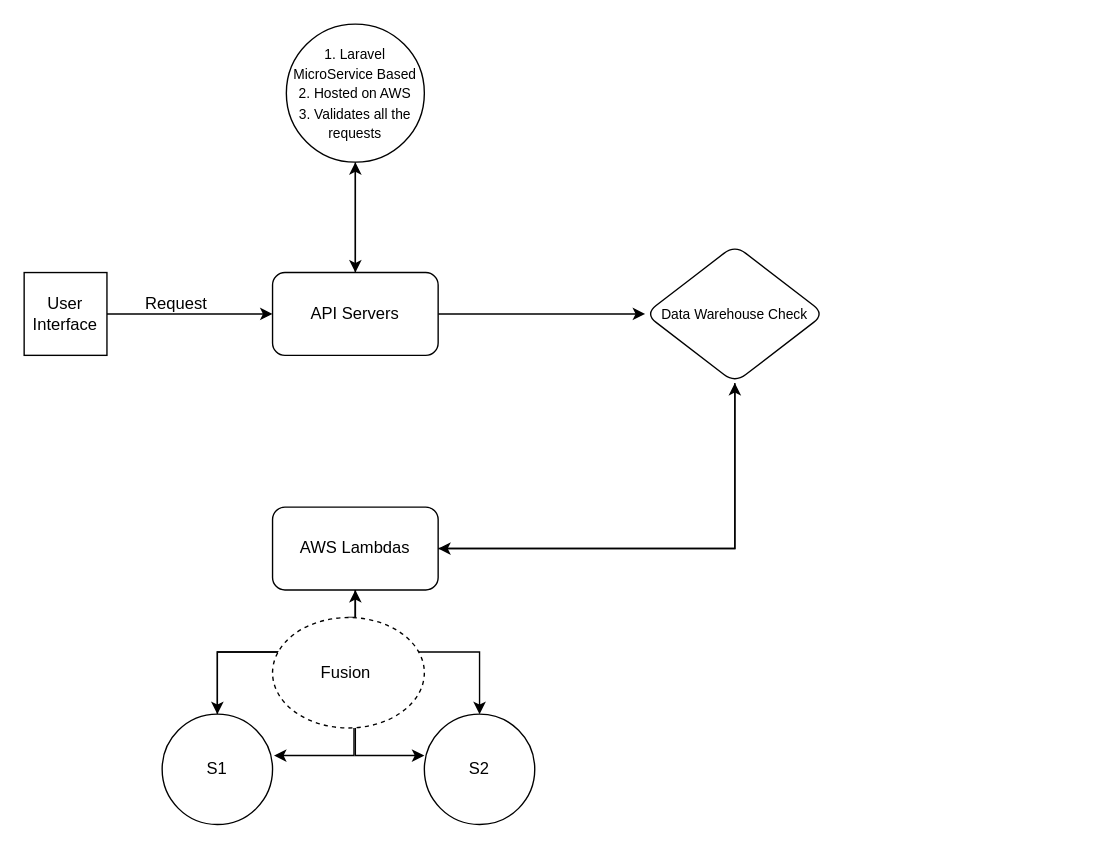
Before: SpaceNus-BackEnd_API_Services.drawio in AsifKibria/SpaceNus-API-Diagram, a draw.io diagram. Source tidied: cells renumbered, new cells numbered last; positions are measured from the earlier drawing's top-left corner, leaving out a move shared by most shapes. Both pictures are drawn from the tidied source at 138%, with x=0, y=0 at pixel (23, 23).
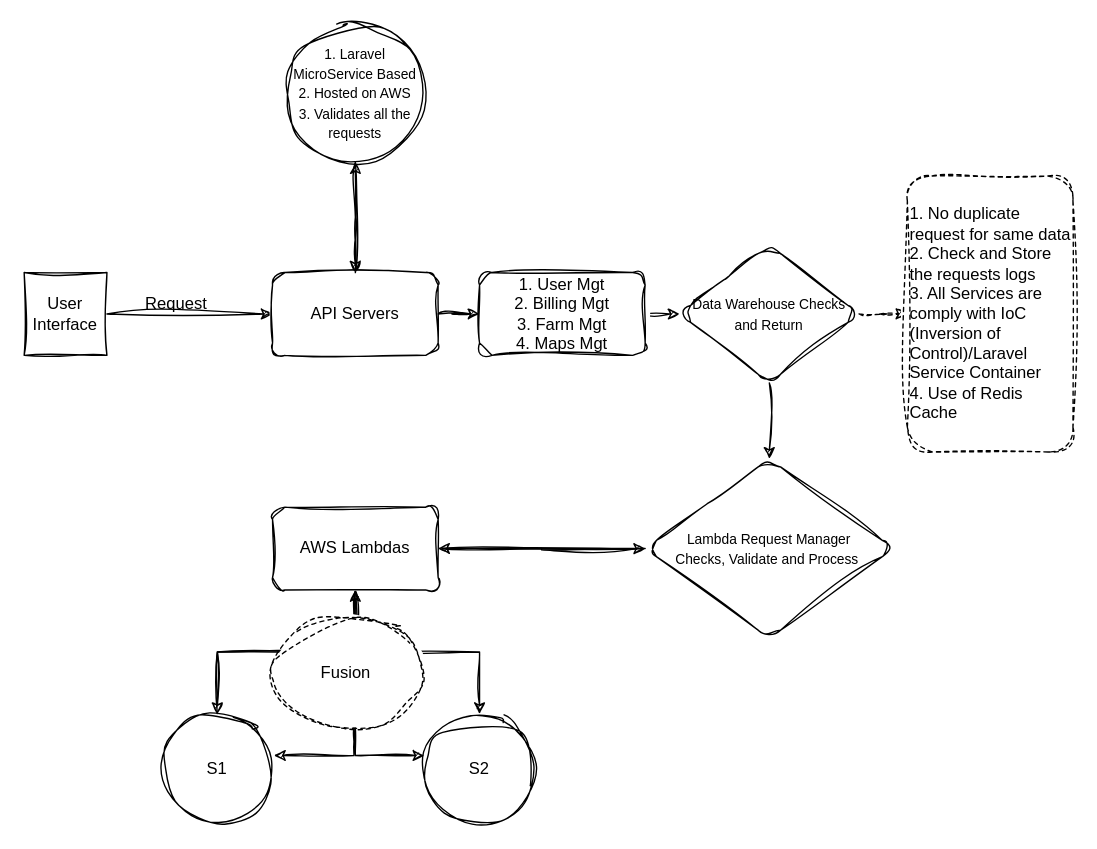
After the change.

Diff of the diagram source:
```diff
@@
-    <mxCell id="2" style="edgeStyle=orthogonalEdgeStyle;rounded=0;jettySize=auto;html=1;" parent="1" edge="1" source="3" target="7">
+    <mxCell id="2" style="edgeStyle=orthogonalEdgeStyle;rounded=0;jettySize=auto;html=1;sketch=1;curveFitting=1;jiggle=2;labelBackgroundColor=none;fontColor=default;" parent="1" edge="1" source="3" target="7">
       <mxGeometry relative="1" as="geometry" />
     </mxCell>
-    <mxCell id="3" value="User Interface" style="whiteSpace=wrap;html=1;" parent="1" vertex="1">
+    <mxCell id="3" value="User Interface" style="whiteSpace=wrap;html=1;sketch=1;curveFitting=1;jiggle=2;labelBackgroundColor=none;" parent="1" vertex="1">
       <mxGeometry y="180" width="60" height="60" as="geometry" />
     </mxCell>
-    <mxCell id="4" style="edgeStyle=orthogonalEdgeStyle;rounded=0;jettySize=auto;html=1;exitX=0.5;exitY=1;exitDx=0;exitDy=0;" parent="1" edge="1" source="15" target="11">
-      <mxGeometry relative="1" as="geometry">
-        <Array as="points">
-          <mxPoint x="515" y="380" />
-        </Array>
-      </mxGeometry>
-    </mxCell>
-    <mxCell id="5" style="edgeStyle=orthogonalEdgeStyle;rounded=0;jettySize=auto;html=1;" parent="1" edge="1" source="7" target="15">
-      <mxGeometry relative="1" as="geometry">
-        <Array as="points">
-          <mxPoint x="380" y="210" />
-          <mxPoint x="380" y="210" />
-        </Array>
-      </mxGeometry>
-    </mxCell>
-    <mxCell id="6" style="edgeStyle=orthogonalEdgeStyle;rounded=0;jettySize=auto;html=1;" parent="1" edge="1" source="7" target="17">
+    <mxCell id="6" style="edgeStyle=orthogonalEdgeStyle;rounded=0;jettySize=auto;html=1;sketch=1;curveFitting=1;jiggle=2;labelBackgroundColor=none;fontColor=default;" parent="1" edge="1" source="7" target="17">
       <mxGeometry relative="1" as="geometry" />
     </mxCell>
+    <mxCell id="23" style="edgeStyle=orthogonalEdgeStyle;rounded=0;jettySize=auto;html=1;sketch=1;curveFitting=1;jiggle=2;labelBackgroundColor=none;fontColor=default;" parent="1" edge="1" source="7" target="30">
+      <mxGeometry relative="1" as="geometry" />
+    </mxCell>
-    <mxCell id="7" value="API Servers&lt;br&gt;" style="rounded=1;whiteSpace=wrap;html=1;" parent="1" vertex="1">
+    <mxCell id="7" value="API Servers&lt;br&gt;" style="rounded=1;whiteSpace=wrap;html=1;sketch=1;curveFitting=1;jiggle=2;labelBackgroundColor=none;" parent="1" vertex="1">
       <mxGeometry x="180" y="180" width="120" height="60" as="geometry" />
     </mxCell>
-    <mxCell id="8" style="edgeStyle=orthogonalEdgeStyle;rounded=0;jettySize=auto;html=1;" parent="1" edge="1" source="11" target="22">
+    <mxCell id="8" style="edgeStyle=orthogonalEdgeStyle;rounded=0;jettySize=auto;html=1;sketch=1;curveFitting=1;jiggle=2;labelBackgroundColor=none;fontColor=default;" parent="1" edge="1" source="11" target="22">
       <mxGeometry relative="1" as="geometry" />
     </mxCell>
-    <mxCell id="9" style="edgeStyle=orthogonalEdgeStyle;rounded=0;jettySize=auto;html=1;" parent="1" edge="1" source="11" target="13">
+    <mxCell id="9" style="edgeStyle=orthogonalEdgeStyle;rounded=0;jettySize=auto;html=1;sketch=1;curveFitting=1;jiggle=2;labelBackgroundColor=none;fontColor=default;" parent="1" edge="1" source="11" target="13">
       <mxGeometry relative="1" as="geometry" />
     </mxCell>
-    <mxCell id="10" style="edgeStyle=orthogonalEdgeStyle;rounded=0;jettySize=auto;html=1;entryX=0.5;entryY=1;entryDx=0;entryDy=0;" parent="1" edge="1" source="11" target="15">
-      <mxGeometry relative="1" as="geometry" />
+    <mxCell id="10" style="edgeStyle=orthogonalEdgeStyle;rounded=0;jettySize=auto;html=1;sketch=1;curveFitting=1;jiggle=2;labelBackgroundColor=none;fontColor=default;" parent="1" edge="1" source="11">
+      <mxGeometry relative="1" as="geometry">
+        <mxPoint x="450" y="380" as="targetPoint" />
+        <Array as="points">
+          <mxPoint x="375" y="380" />
+          <mxPoint x="375" y="381" />
+        </Array>
+      </mxGeometry>
     </mxCell>
-    <mxCell id="11" value="AWS Lambdas" style="rounded=1;whiteSpace=wrap;html=1;" parent="1" vertex="1">
+    <mxCell id="11" value="AWS Lambdas" style="rounded=1;whiteSpace=wrap;html=1;sketch=1;curveFitting=1;jiggle=2;labelBackgroundColor=none;" parent="1" vertex="1">
       <mxGeometry x="180" y="350" width="120" height="60" as="geometry" />
     </mxCell>
-    <mxCell id="12" style="edgeStyle=orthogonalEdgeStyle;rounded=0;jettySize=auto;html=1;entryX=0.5;entryY=1;entryDx=0;entryDy=0;" parent="1" edge="1" source="22" target="11">
+    <mxCell id="12" style="edgeStyle=orthogonalEdgeStyle;rounded=0;jettySize=auto;html=1;entryX=0.5;entryY=1;entryDx=0;entryDy=0;sketch=1;curveFitting=1;jiggle=2;labelBackgroundColor=none;fontColor=default;" parent="1" edge="1" source="22" target="11">
       <mxGeometry relative="1" as="geometry" />
     </mxCell>
-    <mxCell id="13" value="S2" style="ellipse;whiteSpace=wrap;html=1;rounded=1;" parent="1" vertex="1">
+    <mxCell id="13" value="S2" style="ellipse;whiteSpace=wrap;html=1;rounded=1;sketch=1;curveFitting=1;jiggle=2;labelBackgroundColor=none;" parent="1" vertex="1">
       <mxGeometry x="290" y="500" width="80" height="80" as="geometry" />
     </mxCell>
-    <mxCell id="14" value="Request" style="text;html=1;align=center;verticalAlign=middle;strokeColor=none;fillColor=none;" parent="1" vertex="1">
+    <mxCell id="14" value="Request" style="text;html=1;align=center;verticalAlign=middle;strokeColor=none;fillColor=none;sketch=1;curveFitting=1;jiggle=2;labelBackgroundColor=none;" parent="1" vertex="1">
       <mxGeometry x="75" y="188" width="70" height="30" as="geometry" />
     </mxCell>
+    <mxCell id="24" style="edgeStyle=orthogonalEdgeStyle;rounded=0;jettySize=auto;html=1;sketch=1;curveFitting=1;jiggle=2;labelBackgroundColor=none;fontColor=default;" parent="1" edge="1" source="15" target="27">
+      <mxGeometry relative="1" as="geometry" />
+    </mxCell>
+    <mxCell id="25" style="edgeStyle=orthogonalEdgeStyle;rounded=0;jettySize=auto;html=1;dashed=1;sketch=1;curveFitting=1;jiggle=2;labelBackgroundColor=none;fontColor=default;" parent="1" edge="1" source="15" target="28">
+      <mxGeometry relative="1" as="geometry" />
+    </mxCell>
-    <mxCell id="15" value="&lt;font style=&quot;font-size: 10px;&quot;&gt;Data Warehouse Check&lt;/font&gt;" style="rhombus;whiteSpace=wrap;html=1;rounded=1;" parent="1" vertex="1">
-      <mxGeometry x="450" y="160" width="130" height="100" as="geometry" />
+    <mxCell id="15" value="&lt;font style=&quot;font-size: 10px;&quot;&gt;Data Warehouse Checks and Return&lt;/font&gt;" style="rhombus;whiteSpace=wrap;html=1;rounded=1;sketch=1;curveFitting=1;jiggle=2;labelBackgroundColor=none;" parent="1" vertex="1">
+      <mxGeometry x="475" y="160" width="130" height="100" as="geometry" />
     </mxCell>
-    <mxCell id="16" style="edgeStyle=orthogonalEdgeStyle;rounded=0;jettySize=auto;html=1;" parent="1" edge="1" source="17">
+    <mxCell id="16" style="edgeStyle=orthogonalEdgeStyle;rounded=0;jettySize=auto;html=1;sketch=1;curveFitting=1;jiggle=2;labelBackgroundColor=none;fontColor=default;" parent="1" edge="1" source="17">
       <mxGeometry relative="1" as="geometry">
         <mxPoint x="240" y="180" as="targetPoint" />
       </mxGeometry>
     </mxCell>
-    <mxCell id="17" value="&lt;font style=&quot;font-size: 10px;&quot;&gt;1. Laravel MicroService Based&lt;br&gt;2. Hosted on AWS&lt;br&gt;3. Validates all the requests&lt;br&gt;&lt;/font&gt;" style="ellipse;whiteSpace=wrap;html=1;rounded=1;" parent="1" vertex="1">
+    <mxCell id="17" value="&lt;font style=&quot;font-size: 10px;&quot;&gt;1. Laravel MicroService Based&lt;br&gt;2. Hosted on AWS&lt;br&gt;3. Validates all the requests&lt;br&gt;&lt;/font&gt;" style="ellipse;whiteSpace=wrap;html=1;rounded=1;sketch=1;curveFitting=1;jiggle=2;labelBackgroundColor=none;" parent="1" vertex="1">
       <mxGeometry x="190" width="100" height="100" as="geometry" />
     </mxCell>
-    <mxCell id="18" style="edgeStyle=orthogonalEdgeStyle;rounded=0;jettySize=auto;html=1;" parent="1" edge="1" source="20">
+    <mxCell id="18" style="edgeStyle=orthogonalEdgeStyle;rounded=0;jettySize=auto;html=1;sketch=1;curveFitting=1;jiggle=2;labelBackgroundColor=none;fontColor=default;" parent="1" edge="1" source="20">
       <mxGeometry relative="1" as="geometry">
         <mxPoint x="290" y="530" as="targetPoint" />
         <Array as="points">
           <mxPoint x="240" y="530" />
         </Array>
       </mxGeometry>
     </mxCell>
-    <mxCell id="19" style="edgeStyle=orthogonalEdgeStyle;rounded=0;jettySize=auto;html=1;exitX=0.5;exitY=0;exitDx=0;exitDy=0;" parent="1" edge="1" source="20">
+    <mxCell id="19" style="edgeStyle=orthogonalEdgeStyle;rounded=0;jettySize=auto;html=1;exitX=0.5;exitY=0;exitDx=0;exitDy=0;sketch=1;curveFitting=1;jiggle=2;labelBackgroundColor=none;fontColor=default;" parent="1" edge="1" source="20">
       <mxGeometry relative="1" as="geometry">
         <mxPoint x="240" y="450" as="targetPoint" />
       </mxGeometry>
     </mxCell>
-    <mxCell id="20" value="Fusion&amp;nbsp;" style="ellipse;whiteSpace=wrap;html=1;align=center;dashed=1;" parent="1" vertex="1">
+    <mxCell id="20" value="Fusion&amp;nbsp;" style="ellipse;whiteSpace=wrap;html=1;align=center;dashed=1;sketch=1;curveFitting=1;jiggle=2;labelBackgroundColor=none;" parent="1" vertex="1">
       <mxGeometry x="180" y="430" width="110" height="80" as="geometry" />
     </mxCell>
-    <mxCell id="21" style="edgeStyle=orthogonalEdgeStyle;rounded=0;jettySize=auto;html=1;entryX=1.013;entryY=0.375;entryDx=0;entryDy=0;entryPerimeter=0;" parent="1" edge="1" target="22">
+    <mxCell id="21" style="edgeStyle=orthogonalEdgeStyle;rounded=0;jettySize=auto;html=1;entryX=1.013;entryY=0.375;entryDx=0;entryDy=0;entryPerimeter=0;sketch=1;curveFitting=1;jiggle=2;labelBackgroundColor=none;fontColor=default;" parent="1" edge="1" target="22">
       <mxGeometry relative="1" as="geometry">
         <mxPoint x="239" y="510" as="sourcePoint" />
         <Array as="points">
           <mxPoint x="239" y="530.4" />
         </Array>
       </mxGeometry>
     </mxCell>
-    <mxCell id="22" value="S1" style="ellipse;whiteSpace=wrap;html=1;rounded=1;" parent="1" vertex="1">
+    <mxCell id="22" value="S1" style="ellipse;whiteSpace=wrap;html=1;rounded=1;sketch=1;curveFitting=1;jiggle=2;labelBackgroundColor=none;" parent="1" vertex="1">
       <mxGeometry x="100" y="500" width="80" height="80" as="geometry" />
     </mxCell>
+    <mxCell id="26" style="edgeStyle=orthogonalEdgeStyle;rounded=0;jettySize=auto;html=1;entryX=1;entryY=0.5;entryDx=0;entryDy=0;sketch=1;curveFitting=1;jiggle=2;labelBackgroundColor=none;fontColor=default;" parent="1" edge="1" source="27" target="11">
+      <mxGeometry relative="1" as="geometry" />
+    </mxCell>
+    <mxCell id="27" value="&lt;font style=&quot;font-size: 10px;&quot;&gt;Lambda Request Manager&lt;br&gt;Checks, Validate and Process&amp;nbsp;&lt;br&gt;&lt;/font&gt;" style="rhombus;whiteSpace=wrap;html=1;rounded=1;sketch=1;curveFitting=1;jiggle=2;labelBackgroundColor=none;" parent="1" vertex="1">
+      <mxGeometry x="450" y="315" width="180" height="130" as="geometry" />
+    </mxCell>
+    <mxCell id="28" value="&lt;div style=&quot;&quot;&gt;&lt;span style=&quot;background-color: initial;&quot;&gt;1. No duplicate request for same data&lt;/span&gt;&lt;/div&gt;2. Check and Store the requests logs&lt;br&gt;3. All Services are comply with IoC (Inversion of Control)/Laravel Service Container&lt;br&gt;4. Use of Redis Cache&lt;br&gt;" style="whiteSpace=wrap;html=1;rounded=1;dashed=1;align=left;sketch=1;curveFitting=1;jiggle=2;labelBackgroundColor=none;" parent="1" vertex="1">
+      <mxGeometry x="640" y="110" width="120" height="200" as="geometry" />
+    </mxCell>
+    <mxCell id="29" style="edgeStyle=orthogonalEdgeStyle;rounded=0;jettySize=auto;html=1;exitX=1;exitY=0.5;exitDx=0;exitDy=0;entryX=0;entryY=0.5;entryDx=0;entryDy=0;sketch=1;curveFitting=1;jiggle=2;labelBackgroundColor=none;fontColor=default;" parent="1" edge="1" source="30" target="15">
+      <mxGeometry relative="1" as="geometry" />
+    </mxCell>
+    <mxCell id="30" value="1. User Mgt&lt;br&gt;2. Billing Mgt&lt;br&gt;3. Farm Mgt&lt;br&gt;4. Maps Mgt" style="whiteSpace=wrap;html=1;rounded=1;align=center;sketch=1;curveFitting=1;jiggle=2;labelBackgroundColor=none;" parent="1" vertex="1">
+      <mxGeometry x="330" y="180" width="120" height="60" as="geometry" />
+    </mxCell>
```
